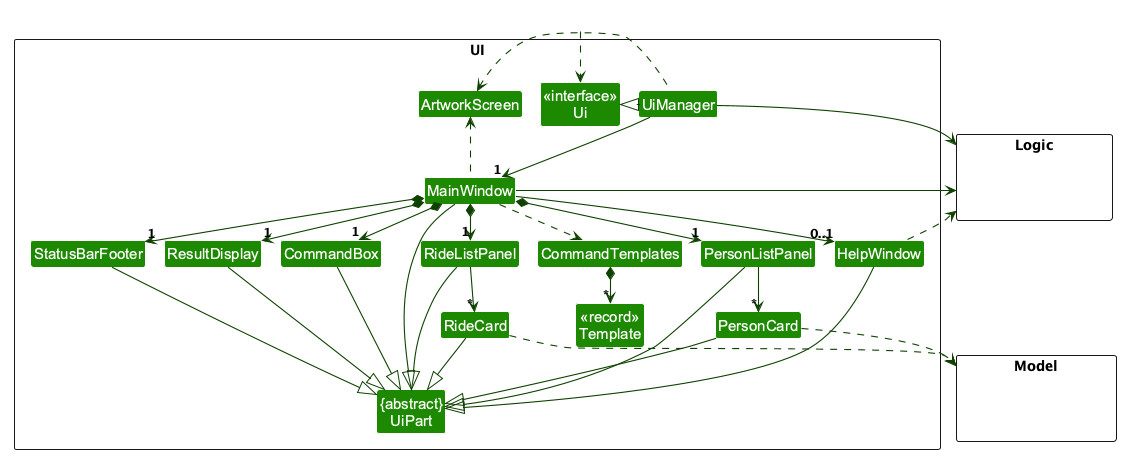
AY2627S1-CS2103T-W11-1/tp keeps this PlantUML diagram as docs/images/UiClassDiagram.png. Above is the earlier version.
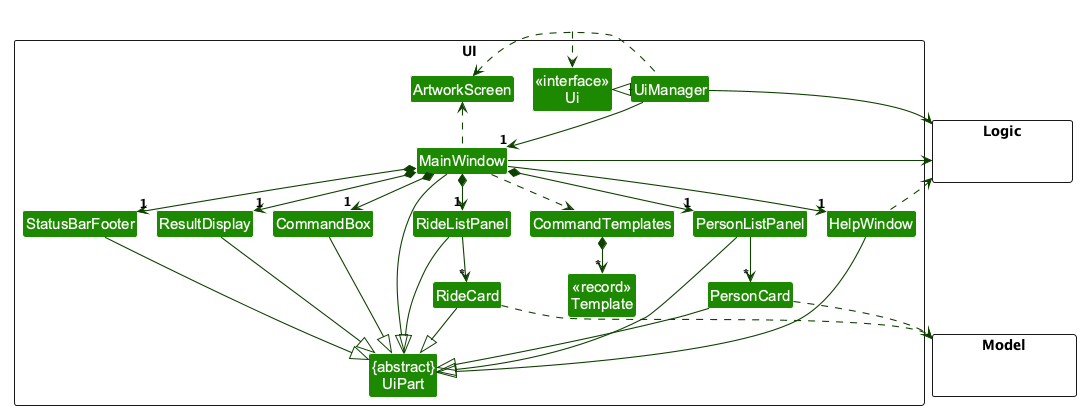
After the change.

The edit, as a diff of the source:
```diff
@@ -1,5 +1,6 @@
 @startuml
 !include style.puml
+!pragma layout smetana
 skinparam arrowThickness 1.1
 skinparam arrowColor UI_COLOR_T4
 skinparam classBackgroundColor UI_COLOR
@@ -40,7 +41,7 @@
 MainWindow *-down-> "1" PersonListPanel
 MainWindow *-down-> "1" RideListPanel
 MainWindow *-down-> "1" StatusBarFooter
-MainWindow --> "0..1" HelpWindow
+MainWindow --> "1" HelpWindow
 
 PersonListPanel -down-> "*" PersonCard
 RideListPanel -down-> "*" RideCard
```
